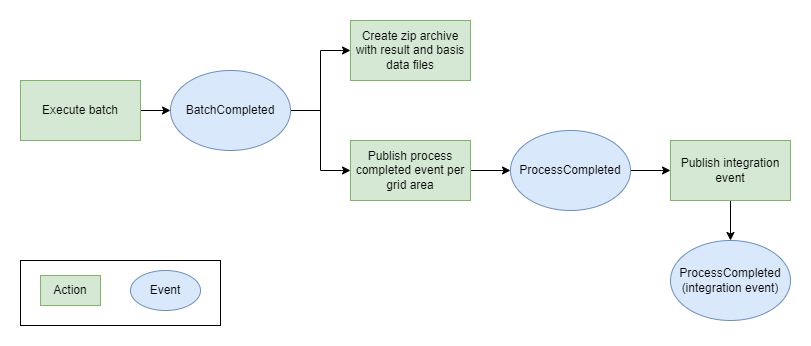
Earlier version of the draw.io export docs/images/events.drawio.png (Energinet-DataHub/opengeh-wholesale). Source tidied: cells renumbered, new cells last; positions are measured from the earlier drawing's top-left corner, leaving out a move shared by most shapes.
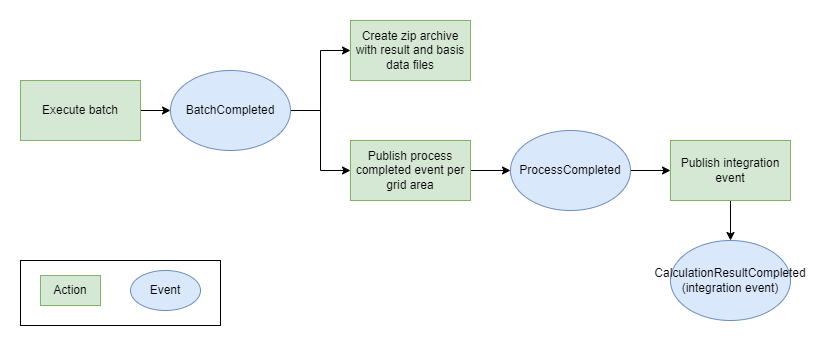
The same file after the commit.

What changed in the source:
```diff
@@ -47,7 +47,7 @@
     <mxCell id="16" value="Action" style="rounded=0;whiteSpace=wrap;html=1;fillColor=#d5e8d4;strokeColor=#82b366;" parent="1" vertex="1">
       <mxGeometry x="20" y="255" width="60" height="30" as="geometry" />
     </mxCell>
-    <mxCell id="17" value="ProcessCompleted&lt;br&gt;(integration event)" style="ellipse;whiteSpace=wrap;html=1;fillColor=#dae8fc;strokeColor=#6c8ebf;" parent="1" vertex="1">
+    <mxCell id="17" value="CalculationResultCompleted&lt;br&gt;(integration event)" style="ellipse;whiteSpace=wrap;html=1;fillColor=#dae8fc;strokeColor=#6c8ebf;" parent="1" vertex="1">
       <mxGeometry x="650" y="220" width="120" height="80" as="geometry" />
     </mxCell>
   </root>
```
